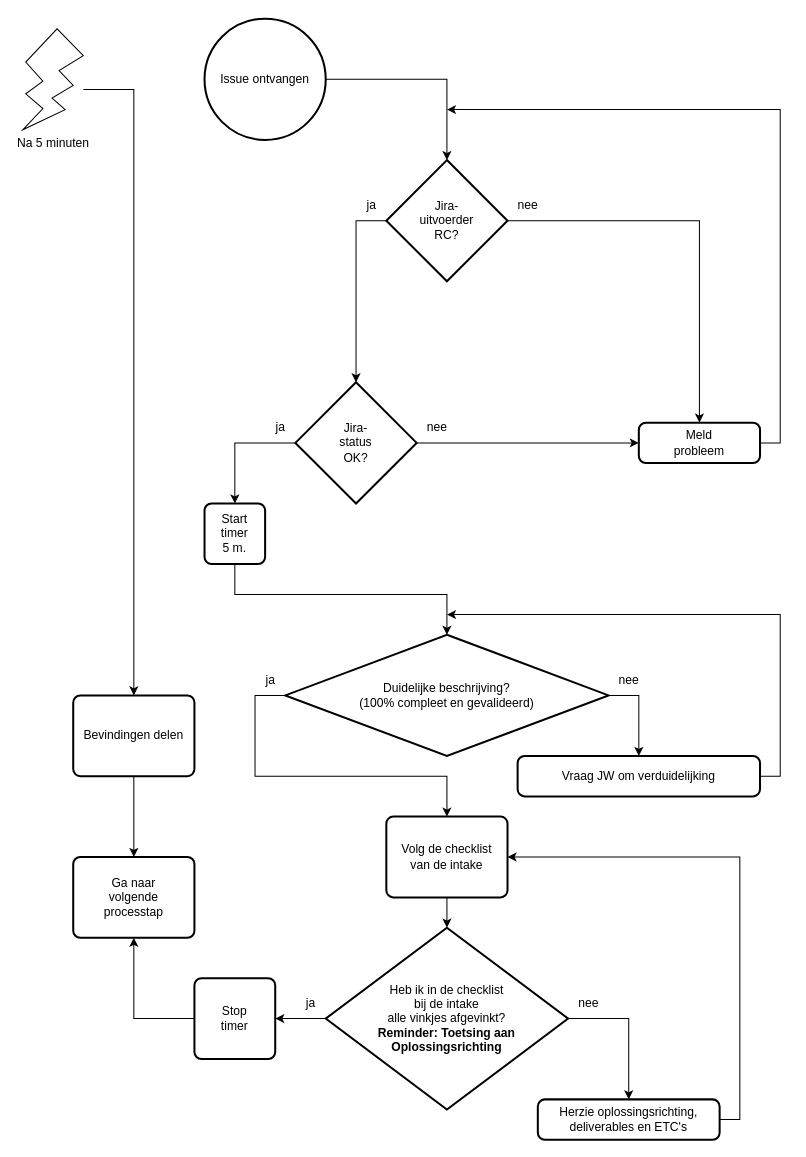
Above: 1 Issue Tracker intake.drawio in Zaibatsu89/IssueTracker (draw.io), before the change. Source tidied: cells renumbered, new cells numbered last; positions are measured from the earlier drawing's top-left corner, leaving out a move shared by most shapes. Both pictures are drawn from the tidied source at 101%, with x=0, y=0 at pixel (22, 18).
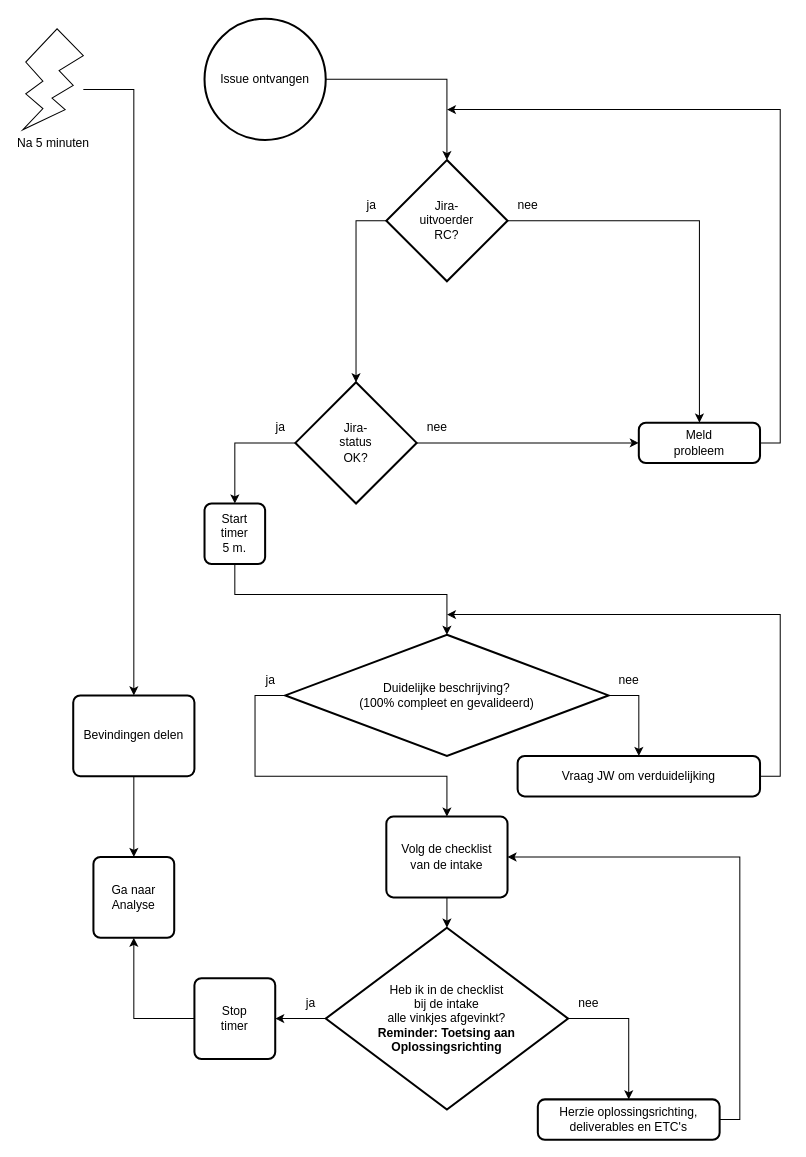
Above is the later version.

Commit message (it also covers changes not shown here):
Vervang "Ga naar volgende processtap" door "Ga naar {naam van volgende processtap}" in flowcharts

What changed in the source:
```diff
@@
-    <mxCell id="31" value="Ga naar&lt;br&gt;volgende&lt;br&gt;processtap" style="rounded=1;whiteSpace=wrap;html=1;absoluteArcSize=1;arcSize=14;strokeWidth=2;" parent="1" vertex="1">
-      <mxGeometry x="50" y="830" width="120" height="80" as="geometry" />
+    <mxCell id="31" value="Ga naar&lt;br&gt;Analyse" style="rounded=1;whiteSpace=wrap;html=1;absoluteArcSize=1;arcSize=14;strokeWidth=2;" parent="1" vertex="1">
+      <mxGeometry x="70" y="830" width="80" height="80" as="geometry" />
     </mxCell>
```
